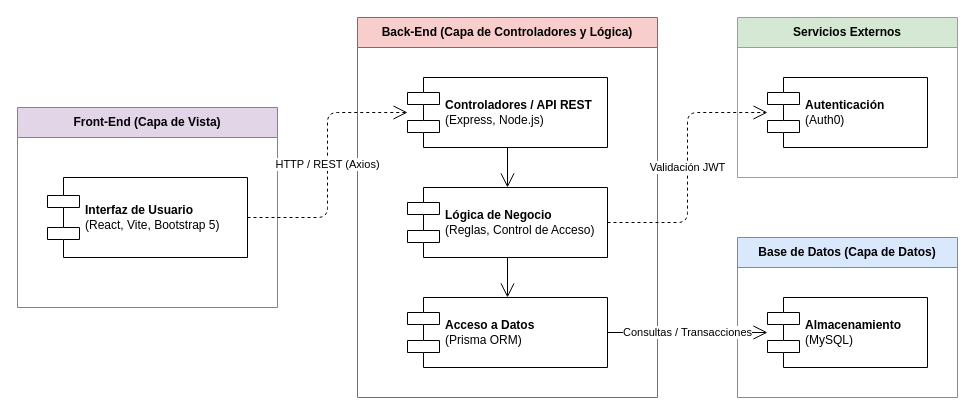
Grupo10ingsoftware/itecsa-docs keeps this draw.io diagram as docs/Arquitectura/Diagrama de Componentes.drawio. Above is the earlier version. Source tidied: cells renumbered, new cells numbered last; positions are measured from the earlier drawing's top-left corner, leaving out a move shared by most shapes. Both pictures are drawn from the tidied source at 100%, with x=0, y=0 at pixel (17, 17).
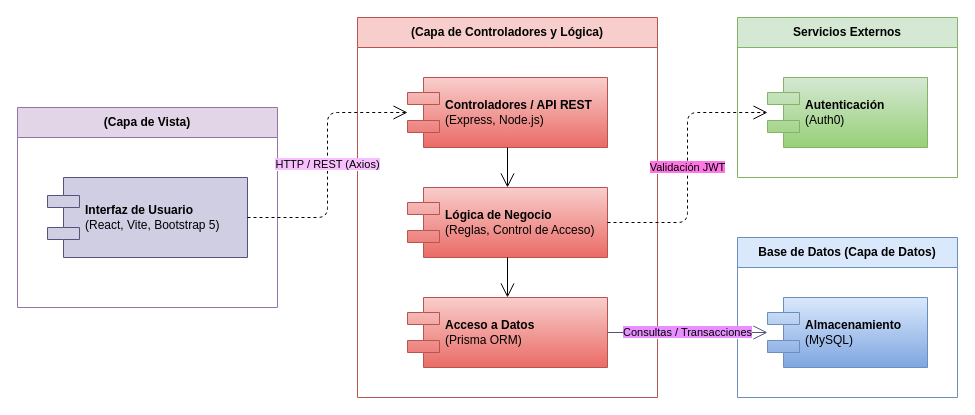
Above is the later version.

Commit message (it also covers changes not shown here):
Actualizando el diagrama de componentes y de despliegue

Diff of the diagram source:
```diff
@@
-<mxGraphModel>
+<mxGraphModel background="#ffffff">
   <root>
     <mxCell id="0" />
     <mxCell id="1" parent="0" />
-    <mxCell id="2" value="Front-End (Capa de Vista)" style="shape=swimlane;whiteSpace=wrap;html=1;fillColor=#e1d5e7;strokeColor=#9673a6;startSize=30;fontStyle=1;" parent="1" vertex="1">
+    <mxCell id="2" value="(Capa de Vista)" style="shape=swimlane;whiteSpace=wrap;html=1;fillColor=#e1d5e7;strokeColor=#9673a6;startSize=30;fontStyle=1;" parent="1" vertex="1">
       <mxGeometry y="90" width="260" height="200" as="geometry" />
     </mxCell>
-    <mxCell id="3" value="&lt;b&gt;Interfaz de Usuario&lt;/b&gt;&lt;br&gt;(React, Vite, Bootstrap 5)" style="shape=component;align=left;spacingLeft=36;whiteSpace=wrap;html=1;" parent="2" vertex="1">
+    <mxCell id="3" value="&lt;b&gt;Interfaz de Usuario&lt;/b&gt;&lt;br&gt;(React, Vite, Bootstrap 5)" style="shape=component;align=left;spacingLeft=36;whiteSpace=wrap;html=1;fillColor=#d0cee2;strokeColor=#56517e;" parent="2" vertex="1">
       <mxGeometry x="30" y="70" width="200" height="80" as="geometry" />
     </mxCell>
-    <mxCell id="4" value="Back-End (Capa de Controladores y Lógica)" style="shape=swimlane;whiteSpace=wrap;html=1;fillColor=#f8cecc;strokeColor=#b85450;startSize=30;fontStyle=1;" parent="1" vertex="1">
+    <mxCell id="4" value="(Capa de Controladores y Lógica)" style="shape=swimlane;whiteSpace=wrap;html=1;fillColor=#f8cecc;strokeColor=#b85450;startSize=30;fontStyle=1;" parent="1" vertex="1">
       <mxGeometry x="340" width="300" height="380" as="geometry" />
     </mxCell>
-    <mxCell id="5" value="&lt;b&gt;Controladores / API REST&lt;/b&gt;&lt;br&gt;(Express, Node.js)" style="shape=component;align=left;spacingLeft=36;whiteSpace=wrap;html=1;" parent="4" vertex="1">
+    <mxCell id="5" value="&lt;b&gt;Controladores / API REST&lt;/b&gt;&lt;br&gt;(Express, Node.js)" style="shape=component;align=left;spacingLeft=36;whiteSpace=wrap;html=1;fillColor=#f8cecc;gradientColor=#ea6b66;strokeColor=#b85450;" parent="4" vertex="1">
       <mxGeometry x="50" y="60" width="200" height="70" as="geometry" />
     </mxCell>
-    <mxCell id="6" value="&lt;b&gt;Lógica de Negocio&lt;/b&gt;&lt;br&gt;(Reglas, Control de Acceso)" style="shape=component;align=left;spacingLeft=36;whiteSpace=wrap;html=1;" parent="4" vertex="1">
+    <mxCell id="6" value="&lt;b&gt;Lógica de Negocio&lt;/b&gt;&lt;br&gt;(Reglas, Control de Acceso)" style="shape=component;align=left;spacingLeft=36;whiteSpace=wrap;html=1;fillColor=#f8cecc;gradientColor=#ea6b66;strokeColor=#b85450;" parent="4" vertex="1">
       <mxGeometry x="50" y="170" width="200" height="70" as="geometry" />
     </mxCell>
-    <mxCell id="7" value="&lt;b&gt;Acceso a Datos&lt;/b&gt;&lt;br&gt;(Prisma ORM)" style="shape=component;align=left;spacingLeft=36;whiteSpace=wrap;html=1;" parent="4" vertex="1">
+    <mxCell id="7" value="&lt;b&gt;Acceso a Datos&lt;/b&gt;&lt;br&gt;(Prisma ORM)" style="shape=component;align=left;spacingLeft=36;whiteSpace=wrap;html=1;fillColor=#f8cecc;gradientColor=#ea6b66;strokeColor=#b85450;" parent="4" vertex="1">
       <mxGeometry x="50" y="280" width="200" height="70" as="geometry" />
     </mxCell>
     <mxCell id="8" value="Servicios Externos" style="shape=swimlane;whiteSpace=wrap;html=1;fillColor=#d5e8d4;strokeColor=#82b366;startSize=30;fontStyle=1;" parent="1" vertex="1">
       <mxGeometry x="720" width="220" height="160" as="geometry" />
     </mxCell>
-    <mxCell id="9" value="&lt;b&gt;Autenticación&lt;/b&gt;&lt;br&gt;(Auth0)" style="shape=component;align=left;spacingLeft=36;whiteSpace=wrap;html=1;" parent="8" vertex="1">
+    <mxCell id="9" value="&lt;b&gt;Autenticación&lt;/b&gt;&lt;br&gt;(Auth0)" style="shape=component;align=left;spacingLeft=36;whiteSpace=wrap;html=1;fillColor=#d5e8d4;gradientColor=#97d077;strokeColor=#82b366;" parent="8" vertex="1">
       <mxGeometry x="30" y="60" width="160" height="70" as="geometry" />
     </mxCell>
     <mxCell id="10" value="Base de Datos (Capa de Datos)" style="shape=swimlane;whiteSpace=wrap;html=1;fillColor=#dae8fc;strokeColor=#6c8ebf;startSize=30;fontStyle=1;" parent="1" vertex="1">
       <mxGeometry x="720" y="220" width="220" height="160" as="geometry" />
     </mxCell>
-    <mxCell id="11" value="&lt;b&gt;Almacenamiento&lt;/b&gt;&lt;br&gt;(MySQL)" style="shape=component;align=left;spacingLeft=36;whiteSpace=wrap;html=1;" parent="10" vertex="1">
+    <mxCell id="11" value="&lt;b&gt;Almacenamiento&lt;/b&gt;&lt;br&gt;(MySQL)" style="shape=component;align=left;spacingLeft=36;whiteSpace=wrap;html=1;fillColor=#dae8fc;gradientColor=#7ea6e0;strokeColor=#6c8ebf;" parent="10" vertex="1">
       <mxGeometry x="30" y="60" width="160" height="70" as="geometry" />
     </mxCell>
-    <mxCell id="12" value="HTTP / REST (Axios)" style="endArrow=open;html=1;endSize=12;dashed=1;edgeStyle=orthogonalEdgeStyle;entryX=0;entryY=0.5;entryDx=0;entryDy=0;exitX=1;exitY=0.5;exitDx=0;exitDy=0;" parent="1" edge="1" source="3" target="5">
+    <mxCell id="12" value="&lt;span style=&quot;background-color: rgb(248, 191, 255);&quot;&gt;HTTP / REST (Axios)&lt;/span&gt;" style="endArrow=open;html=1;endSize=12;dashed=1;edgeStyle=orthogonalEdgeStyle;entryX=0;entryY=0.5;entryDx=0;entryDy=0;exitX=1;exitY=0.5;exitDx=0;exitDy=0;" parent="1" edge="1" source="3" target="5">
       <mxGeometry relative="1" as="geometry" />
     </mxCell>
     <mxCell id="13" style="endArrow=open;html=1;endSize=12;edgeStyle=orthogonalEdgeStyle;entryX=0.5;entryY=0;entryDx=0;entryDy=0;exitX=0.5;exitY=1;exitDx=0;exitDy=0;" parent="1" edge="1" source="5" target="6">
       <mxGeometry relative="1" as="geometry" />
     </mxCell>
     <mxCell id="14" style="endArrow=open;html=1;endSize=12;edgeStyle=orthogonalEdgeStyle;entryX=0.5;entryY=0;entryDx=0;entryDy=0;exitX=0.5;exitY=1;exitDx=0;exitDy=0;" parent="1" edge="1" source="6" target="7">
       <mxGeometry relative="1" as="geometry" />
     </mxCell>
-    <mxCell id="15" value="Validación JWT" style="endArrow=open;html=1;endSize=12;dashed=1;edgeStyle=orthogonalEdgeStyle;exitX=1;exitY=0.5;exitDx=0;exitDy=0;entryX=0;entryY=0.5;entryDx=0;entryDy=0;" parent="1" edge="1" source="6" target="9">
+    <mxCell id="15" value="&lt;span style=&quot;background-color: rgb(255, 117, 227);&quot;&gt;Validación JWT&lt;/span&gt;" style="endArrow=open;html=1;endSize=12;dashed=1;edgeStyle=orthogonalEdgeStyle;exitX=1;exitY=0.5;exitDx=0;exitDy=0;entryX=0;entryY=0.5;entryDx=0;entryDy=0;" parent="1" edge="1" source="6" target="9">
       <mxGeometry relative="1" as="geometry" />
     </mxCell>
-    <mxCell id="16" value="Consultas / Transacciones" style="endArrow=open;html=1;endSize=12;edgeStyle=orthogonalEdgeStyle;exitX=1;exitY=0.5;exitDx=0;exitDy=0;entryX=0;entryY=0.5;entryDx=0;entryDy=0;" parent="1" edge="1" source="7" target="11">
+    <mxCell id="16" value="&lt;span style=&quot;background-color: rgb(232, 142, 255);&quot;&gt;Consultas / Transacciones&lt;/span&gt;" style="endArrow=open;html=1;endSize=12;edgeStyle=orthogonalEdgeStyle;exitX=1;exitY=0.5;exitDx=0;exitDy=0;entryX=0;entryY=0.5;entryDx=0;entryDy=0;fillColor=#d0cee2;strokeColor=#56517e;" parent="1" edge="1" source="7" target="11">
       <mxGeometry relative="1" as="geometry" />
     </mxCell>
   </root>
 </mxGraphModel>
```
